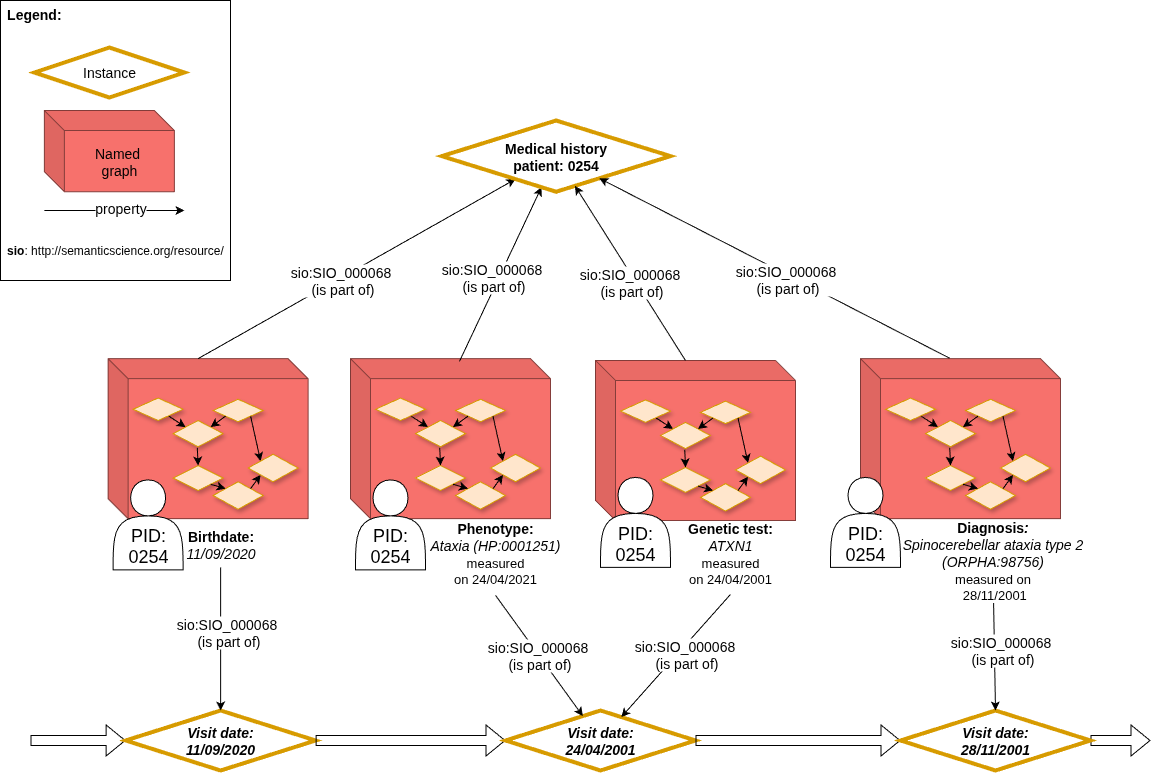
Before: images/CARE-SM-Timeline.drawio.png, a diagram exported from draw.io (CARE-SM/CARE-Semantic-Model). Source tidied: cells renumbered, new cells last; positions are measured from the earlier drawing's top-left corner, leaving out a move shared by most shapes.
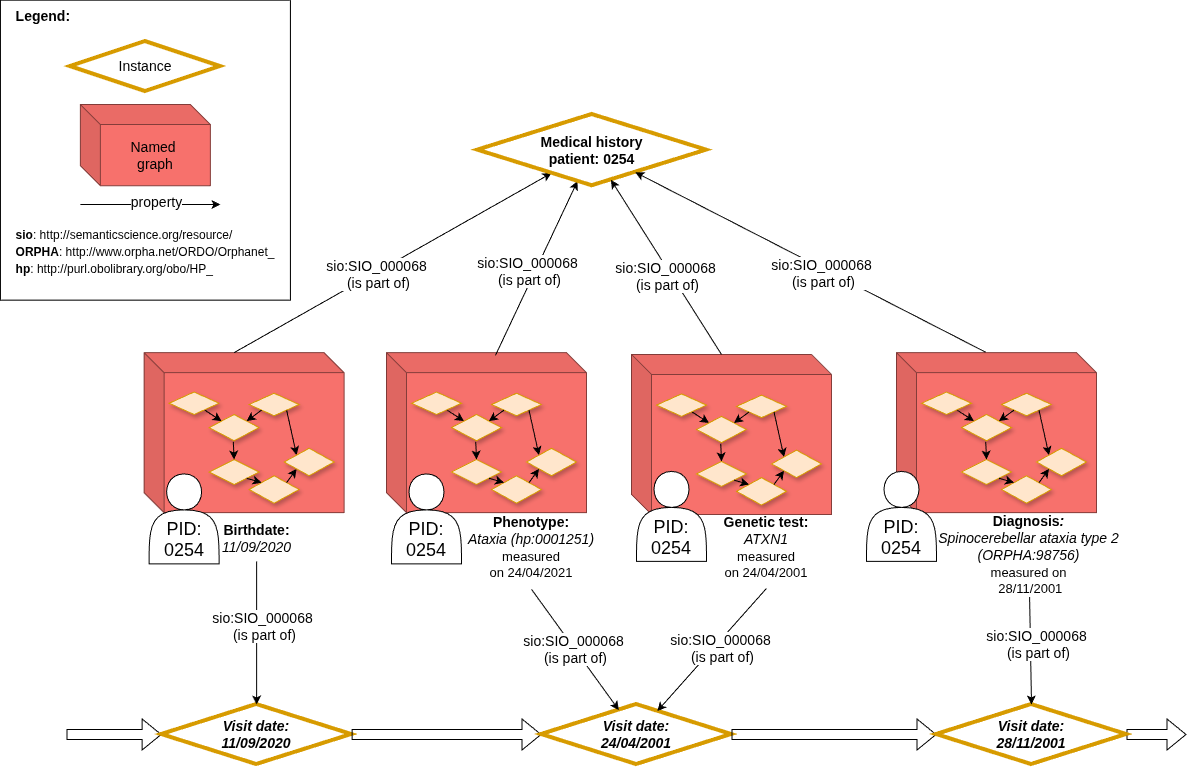
After the commit.

Diff of the diagram source:
```diff
@@ -41,7 +41,7 @@
     <mxCell id="14" style="rhombus;whiteSpace=wrap;html=1;fillColor=#ffe6cc;strokeColor=#d79b00;backgroundOutline=0;shadow=1;fontSize=14;" parent="1" vertex="1">
       <mxGeometry x="490" y="453.8" width="50" height="27.5" as="geometry" />
     </mxCell>
-    <mxCell id="15" value="&lt;b style=&quot;&quot;&gt;Phenotype:&lt;/b&gt;&lt;br&gt;&lt;i&gt;Ataxia (HP:0001251)&lt;/i&gt;&lt;div&gt;&lt;font style=&quot;font-size: 13px;&quot;&gt;measured on&amp;nbsp;&lt;span style=&quot;background-color: transparent; color: light-dark(rgb(0, 0, 0), rgb(255, 255, 255));&quot;&gt;24/04/2021&lt;/span&gt;&lt;/font&gt;&lt;/div&gt;" style="text;html=1;strokeColor=none;fillColor=none;align=center;verticalAlign=middle;whiteSpace=wrap;rounded=0;fontSize=14;" parent="1" vertex="1">
+    <mxCell id="15" value="&lt;b style=&quot;&quot;&gt;Phenotype:&lt;/b&gt;&lt;br&gt;&lt;i&gt;Ataxia (hp:0001251)&lt;/i&gt;&lt;div&gt;&lt;font style=&quot;font-size: 13px;&quot;&gt;measured on&amp;nbsp;&lt;span style=&quot;background-color: transparent; color: light-dark(rgb(0, 0, 0), rgb(255, 255, 255));&quot;&gt;24/04/2021&lt;/span&gt;&lt;/font&gt;&lt;/div&gt;" style="text;html=1;strokeColor=none;fillColor=none;align=center;verticalAlign=middle;whiteSpace=wrap;rounded=0;fontSize=14;" parent="1" vertex="1">
       <mxGeometry x="425" y="511.7" width="140" height="83.1" as="geometry" />
     </mxCell>
     <mxCell id="16" style="shape=cube;whiteSpace=wrap;html=1;boundedLbl=1;backgroundOutline=1;darkOpacity=0.05;darkOpacity2=0.1;fillColor=#F7716C;strokeColor=#853D3A;fontSize=14;" parent="1" vertex="1">
@@ -246,8 +246,8 @@
     <mxCell id="77" value="&lt;div&gt;&lt;font style=&quot;font-size: 18px;&quot;&gt;&lt;br&gt;&lt;/font&gt;&lt;/div&gt;&lt;font style=&quot;font-size: 18px;&quot;&gt;&lt;div&gt;&lt;font style=&quot;font-size: 18px;&quot;&gt;&lt;br&gt;&lt;/font&gt;&lt;/div&gt;PID:&lt;/font&gt;&lt;div&gt;&lt;font style=&quot;font-size: 18px;&quot;&gt;0254&lt;/font&gt;&lt;/div&gt;" style="shape=actor;whiteSpace=wrap;html=1;" parent="1" vertex="1">
       <mxGeometry x="830" y="476.9" width="70" height="90" as="geometry" />
     </mxCell>
-    <mxCell id="78" value="&lt;div style=&quot;text-align: left; font-size: 14px;&quot;&gt;&lt;div&gt;&lt;b style=&quot;background-color: initial; color: light-dark(rgb(0, 0, 0), rgb(255, 255, 255));&quot;&gt;Legend:&lt;/b&gt;&lt;/div&gt;&lt;div&gt;&lt;br&gt;&lt;/div&gt;&lt;div&gt;&lt;span style=&quot;background-color: initial;&quot;&gt;&lt;br&gt;&lt;/span&gt;&lt;/div&gt;&lt;div&gt;&lt;br&gt;&lt;/div&gt;&lt;div&gt;&lt;br&gt;&lt;/div&gt;&lt;div&gt;&lt;br&gt;&lt;/div&gt;&lt;div&gt;&lt;br&gt;&lt;/div&gt;&lt;div&gt;&lt;br&gt;&lt;/div&gt;&lt;div&gt;&lt;span style=&quot;background-color: initial;&quot;&gt;&lt;br&gt;&lt;/span&gt;&lt;/div&gt;&lt;div&gt;&lt;span style=&quot;background-color: initial;&quot;&gt;&lt;br&gt;&lt;/span&gt;&lt;/div&gt;&lt;div&gt;&lt;span style=&quot;background-color: initial;&quot;&gt;&lt;br&gt;&lt;/span&gt;&lt;/div&gt;&lt;div&gt;&lt;span style=&quot;background-color: initial;&quot;&gt;&lt;br&gt;&lt;/span&gt;&lt;/div&gt;&lt;div&gt;&lt;span style=&quot;background-color: initial;&quot;&gt;&lt;br&gt;&lt;/span&gt;&lt;/div&gt;&lt;div&gt;&lt;span style=&quot;background-color: initial;&quot;&gt;&lt;br&gt;&lt;/span&gt;&lt;/div&gt;&lt;div&gt;&lt;b style=&quot;background-color: transparent; color: light-dark(rgb(0, 0, 0), rgb(255, 255, 255)); font-size: 12px; text-align: center;&quot;&gt;sio&lt;/b&gt;&lt;span style=&quot;background-color: transparent; color: light-dark(rgb(0, 0, 0), rgb(255, 255, 255)); font-size: 12px; text-align: center;&quot;&gt;: http://semanticscience.org/resource/&lt;/span&gt;&lt;/div&gt;&lt;div&gt;&lt;br&gt;&lt;/div&gt;&lt;/div&gt;" style="rounded=0;whiteSpace=wrap;html=1;fontSize=14;" parent="1" vertex="1">
-      <mxGeometry width="230" height="280" as="geometry" />
+    <mxCell id="78" value="&lt;div style=&quot;text-align: left;&quot;&gt;&lt;div style=&quot;font-size: 14px;&quot;&gt;&lt;b style=&quot;background-color: initial; color: light-dark(rgb(0, 0, 0), rgb(255, 255, 255));&quot;&gt;Legend:&lt;/b&gt;&lt;/div&gt;&lt;div style=&quot;font-size: 14px;&quot;&gt;&lt;br&gt;&lt;/div&gt;&lt;div style=&quot;font-size: 14px;&quot;&gt;&lt;br&gt;&lt;/div&gt;&lt;div style=&quot;font-size: 14px;&quot;&gt;&lt;br&gt;&lt;/div&gt;&lt;div style=&quot;font-size: 14px;&quot;&gt;&lt;br&gt;&lt;/div&gt;&lt;div style=&quot;font-size: 14px;&quot;&gt;&lt;br&gt;&lt;/div&gt;&lt;div style=&quot;font-size: 14px;&quot;&gt;&lt;br&gt;&lt;/div&gt;&lt;div style=&quot;font-size: 14px;&quot;&gt;&lt;span style=&quot;background-color: initial;&quot;&gt;&lt;br&gt;&lt;/span&gt;&lt;/div&gt;&lt;div style=&quot;font-size: 14px;&quot;&gt;&lt;span style=&quot;background-color: initial;&quot;&gt;&lt;br&gt;&lt;/span&gt;&lt;/div&gt;&lt;div style=&quot;font-size: 14px;&quot;&gt;&lt;span style=&quot;background-color: initial;&quot;&gt;&lt;br&gt;&lt;/span&gt;&lt;/div&gt;&lt;div style=&quot;font-size: 14px;&quot;&gt;&lt;span style=&quot;background-color: initial;&quot;&gt;&lt;br&gt;&lt;/span&gt;&lt;/div&gt;&lt;div style=&quot;font-size: 14px;&quot;&gt;&lt;span style=&quot;background-color: initial;&quot;&gt;&lt;br&gt;&lt;/span&gt;&lt;/div&gt;&lt;div style=&quot;font-size: 14px;&quot;&gt;&lt;span style=&quot;background-color: initial;&quot;&gt;&lt;br&gt;&lt;/span&gt;&lt;/div&gt;&lt;div style=&quot;font-size: 14px;&quot;&gt;&lt;b style=&quot;background-color: transparent; color: light-dark(rgb(0, 0, 0), rgb(255, 255, 255)); font-size: 12px; text-align: center;&quot;&gt;sio&lt;/b&gt;&lt;span style=&quot;background-color: transparent; color: light-dark(rgb(0, 0, 0), rgb(255, 255, 255)); font-size: 12px; text-align: center;&quot;&gt;: http://semanticscience.org/resource/&lt;/span&gt;&lt;/div&gt;&lt;div style=&quot;&quot;&gt;&lt;font style=&quot;font-size: 12px;&quot;&gt;&lt;b&gt;ORPHA&lt;/b&gt;: http://www.orpha.net/ORDO/Orphanet_&lt;/font&gt;&lt;/div&gt;&lt;div style=&quot;&quot;&gt;&lt;font style=&quot;font-size: 12px;&quot;&gt;&lt;b&gt;hp&lt;/b&gt;:&amp;nbsp;http://purl.obolibrary.org/obo/HP_&lt;/font&gt;&lt;/div&gt;&lt;div style=&quot;&quot;&gt;&lt;font style=&quot;font-size: 12px;&quot;&gt;&lt;br&gt;&lt;/font&gt;&lt;/div&gt;&lt;/div&gt;" style="rounded=0;whiteSpace=wrap;html=1;fontSize=14;" parent="1" vertex="1">
+      <mxGeometry x="-36.1" y="5.6" width="290" height="300" as="geometry" />
     </mxCell>
     <mxCell id="79" value="Instance" style="rhombus;whiteSpace=wrap;html=1;fillColor=default;strokeColor=#D79B00;rotation=0;perimeter=rhombusPerimeter;arcSize=20;comic=0;enumerate=0;strokeWidth=4;rounded=0;fontSize=14;" parent="1" vertex="1">
       <mxGeometry x="33.9" y="47" width="150" height="50" as="geometry" />
```
